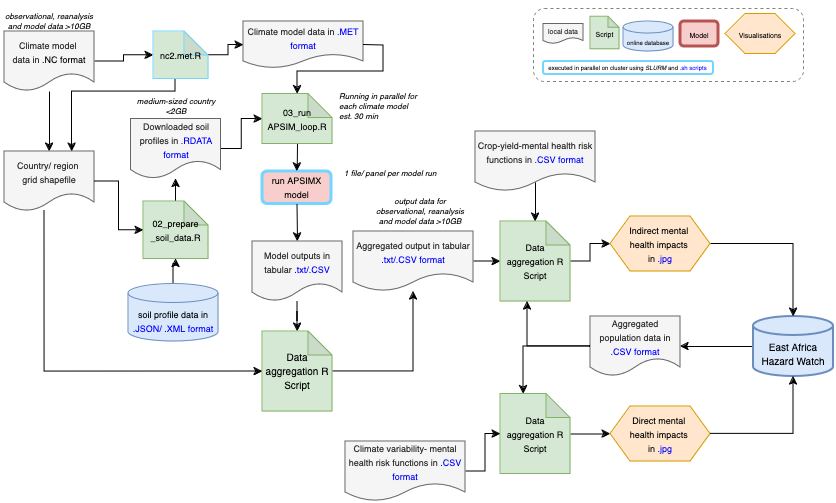
The draw.io diagram Data_plan_CCAI24.drawio.png in Thalheimerl/WT_Climate_mentalhealth, before a commit. Source tidied: cells renumbered, new cells last; positions are measured from the earlier drawing's top-left corner, leaving out a move shared by most shapes.
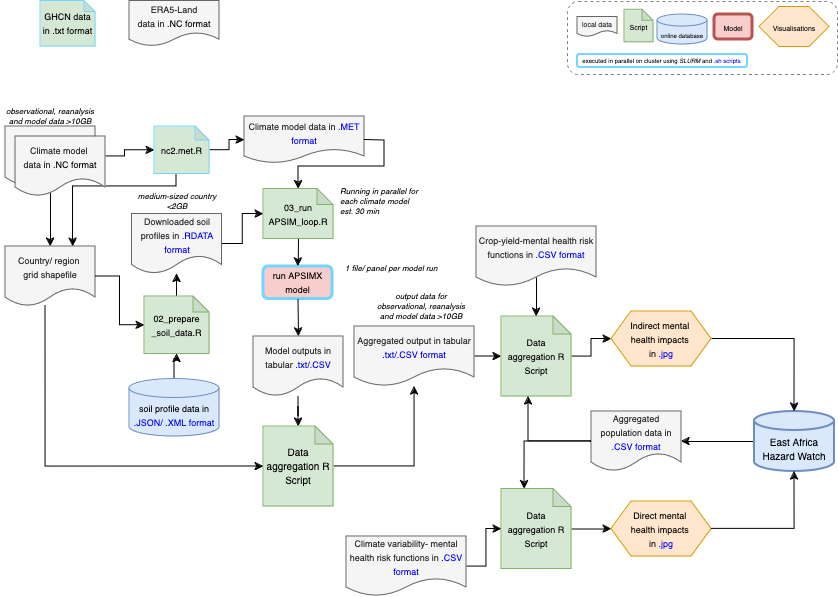
The same file after the commit.

Diff of the diagram source:
```diff
@@ -8,20 +8,20 @@
     <mxCell id="3" style="edgeStyle=orthogonalEdgeStyle;rounded=0;jettySize=auto;html=1;" parent="1" edge="1" source="4" target="59">
       <mxGeometry relative="1" as="geometry" />
     </mxCell>
-    <mxCell id="4" value="&lt;div&gt;&lt;font style=&quot;font-size: 9px;&quot;&gt;Climate model&amp;nbsp;&lt;/font&gt;&lt;/div&gt;&lt;div&gt;&lt;font style=&quot;font-size: 9px;&quot;&gt;&lt;font&gt;data in &lt;span style=&quot;color: light-dark(rgb(0, 0, 255), rgb(237, 237, 237));&quot;&gt;&lt;span style=&quot;color: rgb(0, 0, 255);&quot;&gt;&lt;span style=&quot;color: light-dark(rgb(0, 0, 0), rgb(237, 237, 237));&quot;&gt;.NC format&lt;/span&gt;&lt;/span&gt;&lt;/span&gt;&lt;/font&gt;&lt;font style=&quot;color: rgba(0, 0, 0, 0);&quot;&gt;&lt;br&gt;&lt;/font&gt;&lt;/font&gt;&lt;/div&gt;" style="shape=document;whiteSpace=wrap;html=1;boundedLbl=1;fillColor=#f5f5f5;fontColor=#333333;strokeColor=#666666;" parent="1" vertex="1">
+    <mxCell id="4" style="shape=document;whiteSpace=wrap;html=1;boundedLbl=1;fillColor=#f5f5f5;fontColor=#333333;strokeColor=#666666;" parent="1" vertex="1">
       <mxGeometry x="5" y="23" width="90" height="60" as="geometry" />
     </mxCell>
     <mxCell id="5" value="&lt;div&gt;&lt;font style=&quot;font-size: 6px;&quot;&gt;online database&lt;/font&gt;&lt;/div&gt;" style="shape=cylinder3;whiteSpace=wrap;html=1;boundedLbl=1;backgroundOutline=1;size=6.051724137931103;fillColor=#dae8fc;strokeColor=#6c8ebf;" parent="1" vertex="1">
-      <mxGeometry x="624" y="13" width="50" height="30" as="geometry" />
+      <mxGeometry x="657" y="-89" width="50" height="30" as="geometry" />
     </mxCell>
     <mxCell id="6" value="&lt;font style=&quot;font-size: 7px;&quot;&gt;Visualisations&lt;/font&gt;" style="shape=hexagon;perimeter=hexagonPerimeter2;whiteSpace=wrap;html=1;fixedSize=1;fillColor=#ffe6cc;strokeColor=#d79b00;" parent="1" vertex="1">
-      <mxGeometry x="726" y="5.5" width="70" height="40" as="geometry" />
+      <mxGeometry x="759" y="-96.5" width="70" height="40" as="geometry" />
     </mxCell>
     <mxCell id="7" value="&lt;font style=&quot;font-size: 7px;&quot;&gt;local data&lt;/font&gt;" style="shape=document;whiteSpace=wrap;html=1;boundedLbl=1;fillColor=#f5f5f5;fontColor=#333333;strokeColor=#666666;" parent="1" vertex="1">
-      <mxGeometry x="544" y="15.5" width="40" height="20" as="geometry" />
+      <mxGeometry x="577" y="-86.5" width="40" height="20" as="geometry" />
     </mxCell>
     <mxCell id="8" value="&lt;font style=&quot;font-size: 7px;&quot;&gt;Script&lt;/font&gt;" style="shape=note;whiteSpace=wrap;html=1;backgroundOutline=1;darkOpacity=0.05;size=11;fillColor=#d5e8d4;strokeColor=#82b366;" parent="1" vertex="1">
-      <mxGeometry x="591" y="8.2" width="29" height="32.5" as="geometry" />
+      <mxGeometry x="624" y="-93.8" width="29" height="32.5" as="geometry" />
     </mxCell>
     <mxCell id="9" value="&lt;div&gt;&lt;font style=&quot;font-size: 9px;&quot;&gt;Country/ region&amp;nbsp;&lt;/font&gt;&lt;/div&gt;&lt;div&gt;&lt;font style=&quot;font-size: 9px;&quot;&gt;grid shapefile&lt;/font&gt;&lt;/div&gt;" style="shape=document;whiteSpace=wrap;html=1;boundedLbl=1;fillColor=#f5f5f5;fontColor=#333333;strokeColor=#666666;" parent="1" vertex="1">
       <mxGeometry x="5" y="143" width="90" height="60" as="geometry" />
@@ -29,7 +29,7 @@
     <mxCell id="10" style="edgeStyle=orthogonalEdgeStyle;rounded=0;jettySize=auto;html=1;" parent="1" edge="1" source="11" target="16">
       <mxGeometry relative="1" as="geometry" />
     </mxCell>
-    <mxCell id="11" value="&lt;font style=&quot;font-size: 9px;&quot;&gt;Downloaded soil profiles in &lt;span style=&quot;color: rgb(0, 0, 255);&quot;&gt;.RDATA format&lt;/span&gt;&lt;/font&gt;" style="shape=document;whiteSpace=wrap;html=1;boundedLbl=1;fillColor=#f5f5f5;fontColor=#333333;strokeColor=#666666;" parent="1" vertex="1">
+    <mxCell id="11" value="&lt;font style=&quot;font-size: 9px;&quot;&gt;Downloaded soil profiles in &lt;span style=&quot;color: rgb(0, 0, 255);&quot;&gt;.RDATA &lt;/span&gt;&lt;span style=&quot;color: rgb(0, 0, 255);&quot;&gt;&lt;span style=&quot;color: rgb(0, 0, 255);&quot;&gt;format&lt;/span&gt;&lt;/span&gt;&lt;/font&gt;" style="shape=document;whiteSpace=wrap;html=1;boundedLbl=1;fillColor=#f5f5f5;fontColor=#333333;strokeColor=#666666;" parent="1" vertex="1">
       <mxGeometry x="131.5" y="110.5" width="90" height="60" as="geometry" />
     </mxCell>
     <mxCell id="12" style="edgeStyle=orthogonalEdgeStyle;rounded=0;jettySize=auto;html=1;" parent="1" edge="1" source="13" target="15">
@@ -41,17 +41,17 @@
     <mxCell id="14" style="edgeStyle=orthogonalEdgeStyle;rounded=0;jettySize=auto;html=1;" parent="1" edge="1" source="15" target="11">
       <mxGeometry relative="1" as="geometry" />
     </mxCell>
-    <mxCell id="15" value="&lt;font style=&quot;font-size: 9px;&quot;&gt;02_&lt;font&gt;prepare _soil_data.R&lt;br&gt;&lt;/font&gt;&lt;/font&gt;" style="shape=note;whiteSpace=wrap;html=1;backgroundOutline=1;darkOpacity=0.05;size=24;fillColor=#d5e8d4;strokeColor=#82b366;" parent="1" vertex="1">
+    <mxCell id="15" value="&lt;font style=&quot;font-size: 9px;&quot;&gt;02_&lt;font&gt;prepare _soil_data.R&lt;br&gt;&lt;/font&gt;&lt;/font&gt;" style="shape=note;whiteSpace=wrap;html=1;backgroundOutline=1;darkOpacity=0.05;size=16;fillColor=#d5e8d4;strokeColor=#82b366;" parent="1" vertex="1">
       <mxGeometry x="144" y="193" width="65" height="57.5" as="geometry" />
     </mxCell>
-    <mxCell id="16" value="&lt;font style=&quot;font-size: 9px;&quot;&gt;03_&lt;font&gt;run APSIM_loop.R&lt;br&gt;&lt;/font&gt;&lt;/font&gt;" style="shape=note;whiteSpace=wrap;html=1;backgroundOutline=1;darkOpacity=0.05;size=24;fillColor=#d5e8d4;strokeColor=#82b366;" parent="1" vertex="1">
+    <mxCell id="16" value="&lt;font style=&quot;font-size: 9px;&quot;&gt;03_&lt;font&gt;run APSIM_loop.R&lt;br&gt;&lt;/font&gt;&lt;/font&gt;" style="shape=note;whiteSpace=wrap;html=1;backgroundOutline=1;darkOpacity=0.05;size=16;fillColor=#d5e8d4;strokeColor=#82b366;" parent="1" vertex="1">
       <mxGeometry x="263" y="85.5" width="70" height="50" as="geometry" />
     </mxCell>
     <mxCell id="17" style="edgeStyle=orthogonalEdgeStyle;rounded=0;jettySize=auto;html=1;entryX=0;entryY=0.5;entryDx=0;entryDy=0;entryPerimeter=0;" parent="1" edge="1" source="9" target="15">
       <mxGeometry relative="1" as="geometry" />
     </mxCell>
     <mxCell id="18" value="&lt;font style=&quot;font-size: 7px;&quot;&gt;Model&lt;/font&gt;" style="rounded=1;whiteSpace=wrap;html=1;fillColor=#f8cecc;strokeColor=#b85450;strokeWidth=3;" parent="1" vertex="1">
-      <mxGeometry x="681" y="13" width="38" height="25" as="geometry" />
+      <mxGeometry x="714" y="-89" width="38" height="25" as="geometry" />
     </mxCell>
     <mxCell id="19" style="edgeStyle=orthogonalEdgeStyle;rounded=0;jettySize=auto;html=1;" parent="1" edge="1" source="20" target="22">
       <mxGeometry relative="1" as="geometry" />
@@ -62,7 +62,7 @@
     <mxCell id="21" style="edgeStyle=orthogonalEdgeStyle;rounded=0;jettySize=auto;html=1;" parent="1" edge="1" source="22" target="27">
       <mxGeometry relative="1" as="geometry" />
     </mxCell>
-    <mxCell id="22" value="&lt;font style=&quot;font-size: 10px;&quot;&gt;Data aggregation R Script&lt;/font&gt;&lt;font style=&quot;font-size: 10px;&quot;&gt;&lt;br&gt;&lt;/font&gt;" style="shape=note;whiteSpace=wrap;html=1;backgroundOutline=1;darkOpacity=0.05;size=24;fillColor=#d5e8d4;strokeColor=#82b366;" parent="1" vertex="1">
+    <mxCell id="22" value="&lt;font style=&quot;font-size: 10px;&quot;&gt;Data aggregation R Script&lt;/font&gt;&lt;font style=&quot;font-size: 10px;&quot;&gt;&lt;br&gt;&lt;/font&gt;" style="shape=note;whiteSpace=wrap;html=1;backgroundOutline=1;darkOpacity=0.05;size=18;fillColor=#d5e8d4;strokeColor=#82b366;" parent="1" vertex="1">
       <mxGeometry x="263" y="323" width="70" height="80" as="geometry" />
     </mxCell>
     <mxCell id="23" style="edgeStyle=orthogonalEdgeStyle;rounded=0;jettySize=auto;html=1;" parent="1" edge="1" source="24" target="30">
@@ -88,7 +88,7 @@
     <mxCell id="28" style="edgeStyle=orthogonalEdgeStyle;rounded=0;jettySize=auto;html=1;" parent="1" edge="1" source="29" target="36">
       <mxGeometry relative="1" as="geometry" />
     </mxCell>
-    <mxCell id="29" value="&lt;font style=&quot;font-size: 9px;&quot;&gt;Data aggregation R Script&lt;font&gt;&lt;br&gt;&lt;/font&gt;&lt;/font&gt;" style="shape=note;whiteSpace=wrap;html=1;backgroundOutline=1;darkOpacity=0.05;size=24;fillColor=#d5e8d4;strokeColor=#82b366;" parent="1" vertex="1">
+    <mxCell id="29" value="&lt;font style=&quot;font-size: 9px;&quot;&gt;Data aggregation R Script&lt;font&gt;&lt;br&gt;&lt;/font&gt;&lt;/font&gt;" style="shape=note;whiteSpace=wrap;html=1;backgroundOutline=1;darkOpacity=0.05;size=18;fillColor=#d5e8d4;strokeColor=#82b366;" parent="1" vertex="1">
       <mxGeometry x="501" y="213" width="70" height="80" as="geometry" />
     </mxCell>
     <mxCell id="30" value="&lt;font style=&quot;font-size: 9px;&quot;&gt;Aggregated population data in &lt;span style=&quot;color: rgb(0, 0, 255);&quot;&gt;.CSV format&lt;br&gt;&lt;/span&gt;&lt;/font&gt;" style="shape=document;whiteSpace=wrap;html=1;boundedLbl=1;fillColor=#f5f5f5;fontColor=#333333;strokeColor=#666666;" parent="1" vertex="1">
@@ -97,7 +97,7 @@
     <mxCell id="31" style="edgeStyle=orthogonalEdgeStyle;rounded=0;jettySize=auto;html=1;" parent="1" edge="1" source="32" target="37">
       <mxGeometry relative="1" as="geometry" />
     </mxCell>
-    <mxCell id="32" value="&lt;font style=&quot;font-size: 9px;&quot;&gt;Data aggregation R Script&lt;font&gt;&lt;br&gt;&lt;/font&gt;&lt;/font&gt;" style="shape=note;whiteSpace=wrap;html=1;backgroundOutline=1;darkOpacity=0.05;size=24;fillColor=#d5e8d4;strokeColor=#82b366;" parent="1" vertex="1">
+    <mxCell id="32" value="&lt;font style=&quot;font-size: 9px;&quot;&gt;Data aggregation R Script&lt;font&gt;&lt;br&gt;&lt;/font&gt;&lt;/font&gt;" style="shape=note;whiteSpace=wrap;html=1;backgroundOutline=1;darkOpacity=0.05;size=18;fillColor=#d5e8d4;strokeColor=#82b366;" parent="1" vertex="1">
       <mxGeometry x="501" y="385.5" width="70" height="80" as="geometry" />
     </mxCell>
     <mxCell id="33" style="edgeStyle=orthogonalEdgeStyle;rounded=0;jettySize=auto;html=1;entryX=0.386;entryY=1;entryDx=0;entryDy=0;entryPerimeter=0;" parent="1" edge="1" source="30" target="29">
@@ -174,10 +174,10 @@
       <mxGeometry relative="1" as="geometry" />
     </mxCell>
     <mxCell id="54" value="&lt;font style=&quot;font-size: 6px;&quot;&gt;executed in parallel on cluster using &lt;i&gt;SLURM&lt;/i&gt; and &lt;font style=&quot;color: rgb(0, 0, 255);&quot;&gt;.sh scripts&lt;br&gt;&lt;/font&gt;&lt;/font&gt;" style="text;html=1;align=center;verticalAlign=middle;whiteSpace=wrap;rounded=0;" parent="1" vertex="1">
-      <mxGeometry x="544" y="43" width="169" height="30" as="geometry" />
+      <mxGeometry x="577" y="-59" width="169" height="30" as="geometry" />
     </mxCell>
     <mxCell id="55" style="rounded=1;whiteSpace=wrap;html=1;strokeWidth=2;strokeColor=light-dark(#75D5FF,#008F00);fillColor=none;" parent="1" vertex="1">
-      <mxGeometry x="544" y="53" width="170" height="13" as="geometry" />
+      <mxGeometry x="577" y="-49" width="170" height="13" as="geometry" />
     </mxCell>
     <mxCell id="56" style="edgeStyle=orthogonalEdgeStyle;rounded=0;orthogonalLoop=1;jettySize=auto;html=1;exitX=0.5;exitY=1;exitDx=0;exitDy=0;" parent="1" edge="1" source="55" target="55">
       <mxGeometry relative="1" as="geometry" />
@@ -193,11 +193,20 @@
         </Array>
       </mxGeometry>
     </mxCell>
-    <mxCell id="59" value="&lt;font style=&quot;font-size: 9px;&quot;&gt;nc2.met.R&lt;/font&gt;" style="shape=note;whiteSpace=wrap;html=1;backgroundOutline=1;darkOpacity=0.05;size=24;fillColor=#d5e8d4;strokeColor=#75D5FF;" parent="1" vertex="1">
+    <mxCell id="59" value="&lt;font style=&quot;font-size: 9px;&quot;&gt;nc2.met.R&lt;/font&gt;" style="shape=note;whiteSpace=wrap;html=1;backgroundOutline=1;darkOpacity=0.05;size=14;fillColor=#d5e8d4;strokeColor=#75D5FF;" parent="1" vertex="1">
       <mxGeometry x="154" y="23" width="55" height="47.5" as="geometry" />
     </mxCell>
     <mxCell id="60" style="rounded=1;whiteSpace=wrap;html=1;fillColor=none;dashed=1;strokeColor=#808080;" parent="1" vertex="1">
-      <mxGeometry x="534" width="270" height="73" as="geometry" />
+      <mxGeometry x="567" y="-102" width="270" height="73" as="geometry" />
     </mxCell>
+    <mxCell id="61" value="&lt;font style=&quot;font-size: 9px;&quot;&gt;GHCN data in .txt format&lt;br&gt;&lt;/font&gt;" style="shape=note;whiteSpace=wrap;html=1;backgroundOutline=1;darkOpacity=0.05;size=11;fillColor=#d5e8d4;strokeColor=#75D5FF;" parent="1" vertex="1">
+      <mxGeometry x="40" y="-102.5" width="55" height="45.5" as="geometry" />
+    </mxCell>
+    <mxCell id="62" value="&lt;div&gt;&lt;font style=&quot;font-size: 9px;&quot;&gt;Climate model&amp;nbsp;&lt;/font&gt;&lt;/div&gt;&lt;div&gt;&lt;font style=&quot;font-size: 9px;&quot;&gt;&lt;font&gt;data in &lt;span style=&quot;color: rgb(0, 0, 255);&quot;&gt;&lt;span style=&quot;color: light-dark(rgb(0, 0, 255), rgb(237, 237, 237));&quot;&gt;&lt;span style=&quot;color: rgb(0, 0, 204);&quot;&gt;&lt;span style=&quot;color: light-dark(rgb(4, 50, 255), rgb(237, 237, 237));&quot;&gt;&lt;span style=&quot;color: light-dark(rgb(0, 0, 255), rgb(237, 237, 237));&quot;&gt;&lt;span style=&quot;color: rgb(0, 0, 255);&quot;&gt;&lt;span style=&quot;color: light-dark(rgb(0, 0, 0), rgb(237, 237, 237));&quot;&gt;.NC format&lt;/span&gt;&lt;/span&gt;&lt;/span&gt;&lt;/span&gt;&lt;/span&gt;&lt;/span&gt;&lt;/span&gt;&lt;/font&gt;&lt;font style=&quot;color: rgba(0, 0, 0, 0);&quot;&gt;&lt;br&gt;&lt;/font&gt;&lt;/font&gt;&lt;/div&gt;" style="shape=document;whiteSpace=wrap;html=1;boundedLbl=1;fillColor=#f5f5f5;fontColor=#333333;strokeColor=#666666;" parent="1" vertex="1">
+      <mxGeometry x="15" y="33" width="90" height="60" as="geometry" />
+    </mxCell>
+    <mxCell id="63" value="&lt;div&gt;&lt;font style=&quot;font-size: 9px;&quot;&gt;ERA5-Land &lt;br&gt;&lt;/font&gt;&lt;/div&gt;&lt;div&gt;&lt;font style=&quot;font-size: 9px;&quot;&gt;&lt;font&gt;data in &lt;span style=&quot;color: light-dark(rgb(0, 0, 255), rgb(237, 237, 237));&quot;&gt;&lt;span style=&quot;color: light-dark(rgb(0, 0, 255), rgb(237, 237, 237));&quot;&gt;&lt;span style=&quot;color: rgb(0, 0, 255);&quot;&gt;&lt;span style=&quot;color: light-dark(rgb(0, 0, 0), rgb(237, 237, 237));&quot;&gt;.NC format&lt;/span&gt;&lt;/span&gt;&lt;/span&gt;&lt;/span&gt;&lt;/font&gt;&lt;font style=&quot;color: rgba(0, 0, 0, 0);&quot;&gt;&lt;br&gt;&lt;/font&gt;&lt;/font&gt;&lt;/div&gt;" style="shape=document;whiteSpace=wrap;html=1;boundedLbl=1;fillColor=#f5f5f5;fontColor=#333333;strokeColor=#666666;" parent="1" vertex="1">
+      <mxGeometry x="129" y="-102.5" width="90" height="45.5" as="geometry" />
+    </mxCell>
   </root>
 </mxGraphModel>
```
